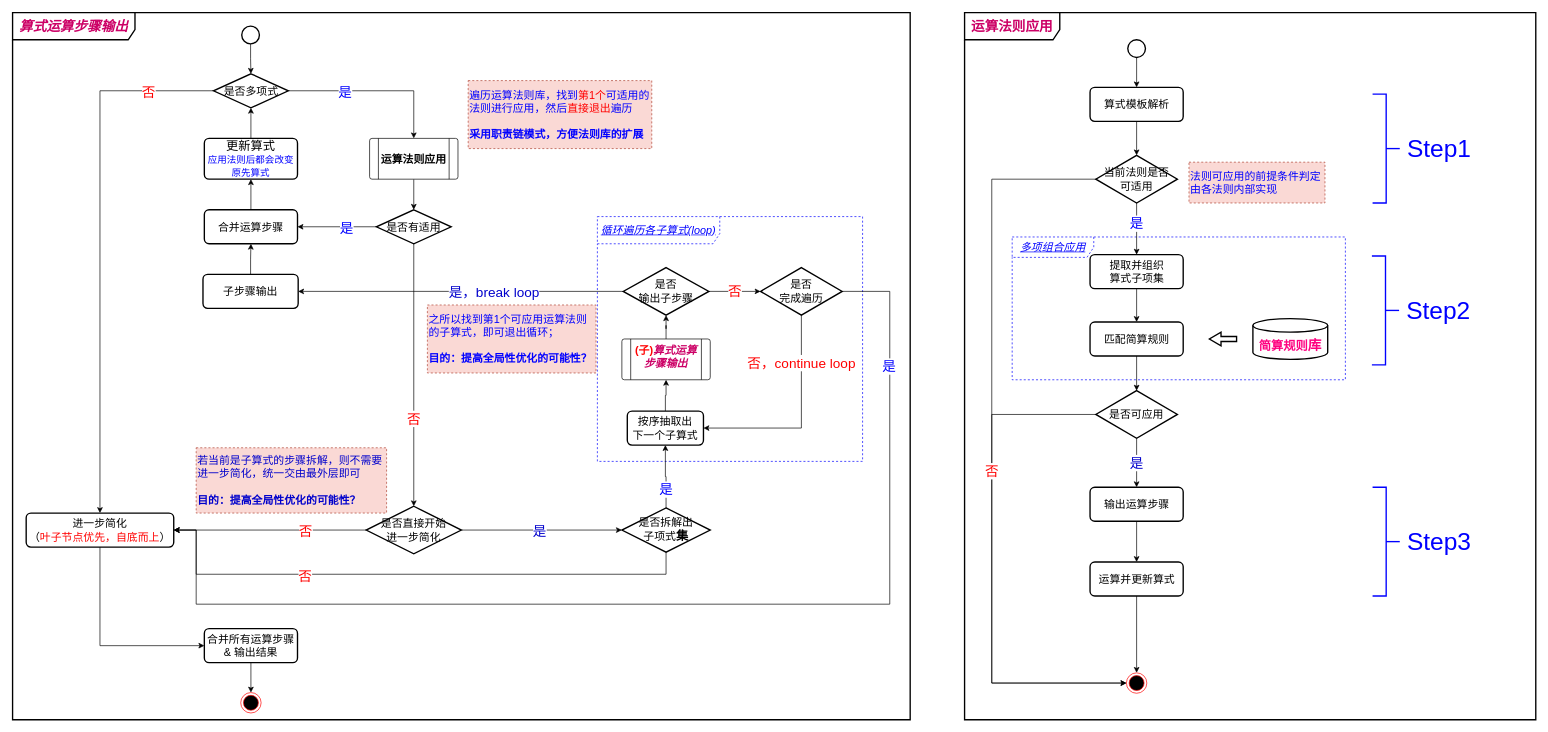
Above: page "四则混合运算步骤拆解 算法基本流程设计 的副本" (7 of 7) of 数学引擎.drawio in TinlerLin/MathEngine (draw.io), before the change. Source tidied: cells renumbered, new cells numbered last; positions are measured from the earlier drawing's top-left corner, leaving out a move shared by most shapes. Both pictures are drawn from the tidied source at 68%, with x=0, y=0 at pixel (12, 12).
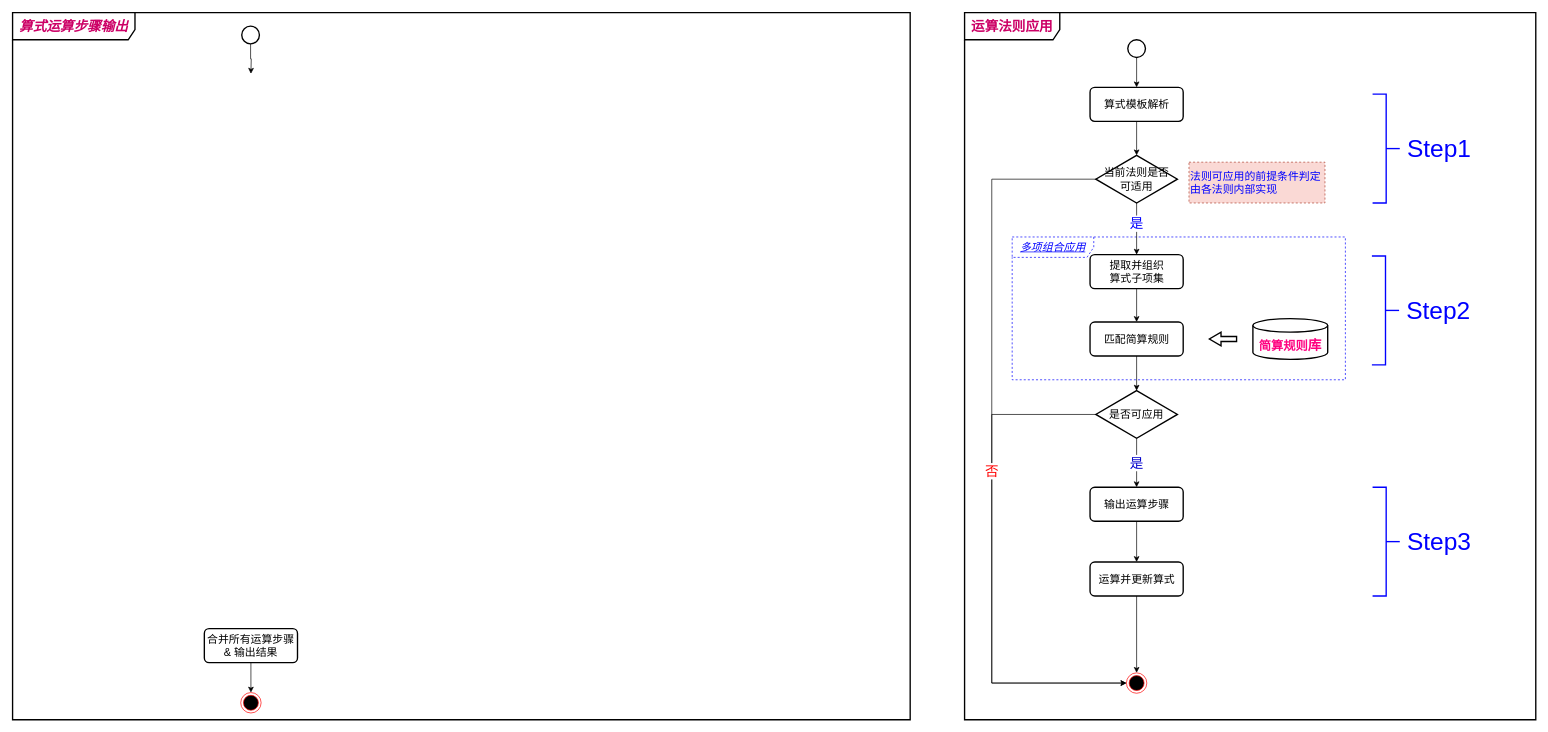
Above is the later version.

Unchanged cells that the change refers to:
```xml
<mxCell id="8" style="strokeWidth=2;html=1;shape=mxgraph.flowchart.start_2;whiteSpace=wrap;fontSize=16;" parent="1" vertex="1">
  <mxGeometry x="337" y="20" width="26" height="26" as="geometry" />
</mxCell>
<mxCell id="38" value="合并所有运算步骤&lt;br&gt;&amp;amp; 输出结果" style="rounded=1;whiteSpace=wrap;html=1;absoluteArcSize=1;arcSize=14;strokeWidth=2;fontSize=16;" parent="1" vertex="1">
  <mxGeometry x="282" y="906" width="137" height="50" as="geometry" />
</mxCell>
```

Change to the diagram source:
```diff
@@
-    <mxCell id="6" value="&lt;span style=&quot;text-align: left&quot;&gt;循环遍历各子算式(loop)&lt;/span&gt;" style="shape=umlFrame;whiteSpace=wrap;html=1;dashed=1;fontSize=16;fontColor=#0000FF;fillColor=none;width=180;height=40;fontStyle=6;strokeColor=#0000FF;" parent="1" vertex="1">
-      <mxGeometry x="860" y="300" width="390" height="360" as="geometry" />
-    </mxCell>
-    <mxCell id="7" style="edgeStyle=orthogonalEdgeStyle;rounded=0;jettySize=auto;html=1;entryX=0.5;entryY=0;entryDx=0;entryDy=0;entryPerimeter=0;fontSize=16;" parent="1" edge="1" source="8" target="14">
-      <mxGeometry relative="1" as="geometry" />
+    <mxCell id="7" style="edgeStyle=orthogonalEdgeStyle;rounded=0;jettySize=auto;html=1;entryX=0.5;entryY=0;entryDx=0;entryDy=0;entryPerimeter=0;fontSize=16;" parent="1" edge="1" source="8">
+      <mxGeometry relative="1" as="geometry">
+        <mxPoint x="350.5" y="90" as="targetPoint" />
+      </mxGeometry>
     </mxCell>
@@
-    <mxCell id="10" style="edgeStyle=orthogonalEdgeStyle;rounded=0;jettySize=auto;html=1;entryX=0.5;entryY=0;entryDx=0;entryDy=0;fontSize=20;" parent="1" edge="1" source="14" target="56">
-      <mxGeometry relative="1" as="geometry" />
-    </mxCell>
-    <mxCell id="11" value="是" style="edgeLabel;html=1;align=center;verticalAlign=middle;fontSize=20;fontColor=#0000FF;" parent="10" vertex="1">
-      <mxGeometry x="-0.21" y="-1" relative="1" as="geometry">
-        <mxPoint x="-18" y="-1" as="offset" />
-      </mxGeometry>
-    </mxCell>
-    <mxCell id="12" style="edgeStyle=orthogonalEdgeStyle;rounded=0;jettySize=auto;html=1;entryX=0.5;entryY=0;entryDx=0;entryDy=0;fontSize=16;" parent="1" edge="1" source="14" target="36">
-      <mxGeometry relative="1" as="geometry" />
-    </mxCell>
-    <mxCell id="13" value="否" style="edgeLabel;html=1;align=center;verticalAlign=middle;fontSize=20;fontColor=#FF0000;" parent="12" vertex="1">
-      <mxGeometry y="3" relative="1" as="geometry">
-        <mxPoint x="68" y="-227" as="offset" />
-      </mxGeometry>
-    </mxCell>
-    <mxCell id="14" value="是否多项式" style="strokeWidth=2;html=1;shape=mxgraph.flowchart.decision;whiteSpace=wrap;fontSize=16;" parent="1" vertex="1">
-      <mxGeometry x="295.5" y="90" width="110" height="50" as="geometry" />
-    </mxCell>
-    <mxCell id="15" style="edgeStyle=orthogonalEdgeStyle;rounded=0;jettySize=auto;html=1;fontSize=16;" parent="1" edge="1" source="56" target="20">
-      <mxGeometry relative="1" as="geometry" />
-    </mxCell>
-    <mxCell id="16" style="edgeStyle=orthogonalEdgeStyle;rounded=0;jettySize=auto;html=1;entryX=0.5;entryY=0;entryDx=0;entryDy=0;entryPerimeter=0;fontSize=16;" parent="1" edge="1" source="20" target="34">
-      <mxGeometry relative="1" as="geometry" />
-    </mxCell>
-    <mxCell id="17" value="否" style="edgeLabel;html=1;align=center;verticalAlign=middle;fontSize=20;fontColor=#FF0000;" parent="16" vertex="1">
-      <mxGeometry x="0.23" y="-1" relative="1" as="geometry">
-        <mxPoint y="19" as="offset" />
-      </mxGeometry>
-    </mxCell>
-    <mxCell id="18" style="edgeStyle=orthogonalEdgeStyle;rounded=0;jettySize=auto;html=1;fontSize=16;" parent="1" edge="1" source="20" target="29">
-      <mxGeometry relative="1" as="geometry" />
-    </mxCell>
-    <mxCell id="19" value="是" style="edgeLabel;html=1;align=center;verticalAlign=middle;fontSize=20;fontColor=#0000FF;" parent="18" vertex="1">
-      <mxGeometry x="-0.24" y="3" relative="1" as="geometry">
-        <mxPoint x="-1" y="-3" as="offset" />
-      </mxGeometry>
-    </mxCell>
-    <mxCell id="20" value="是否有适用" style="strokeWidth=2;html=1;shape=mxgraph.flowchart.decision;whiteSpace=wrap;fontSize=16;" parent="1" vertex="1">
-      <mxGeometry x="535" y="290" width="110" height="50" as="geometry" />
-    </mxCell>
-    <mxCell id="21" style="edgeStyle=orthogonalEdgeStyle;rounded=0;jettySize=auto;html=1;fontSize=16;entryX=1;entryY=0.5;entryDx=0;entryDy=0;exitX=0.5;exitY=1;exitDx=0;exitDy=0;exitPerimeter=0;" parent="1" edge="1" source="25" target="36">
-      <mxGeometry relative="1" as="geometry">
-        <Array as="points">
-          <mxPoint x="961" y="826" />
-          <mxPoint x="270" y="826" />
-          <mxPoint x="270" y="761" />
-        </Array>
-      </mxGeometry>
-    </mxCell>
-    <mxCell id="22" value="否" style="edgeLabel;html=1;align=center;verticalAlign=middle;fontSize=20;fontColor=#FF0000;" parent="21" vertex="1">
-      <mxGeometry x="-0.58" y="1" relative="1" as="geometry">
-        <mxPoint x="-391" as="offset" />
-      </mxGeometry>
-    </mxCell>
-    <mxCell id="23" style="edgeStyle=orthogonalEdgeStyle;rounded=0;jettySize=auto;html=1;entryX=0.5;entryY=1;entryDx=0;entryDy=0;fontSize=16;" parent="1" edge="1" source="25" target="54">
-      <mxGeometry relative="1" as="geometry" />
-    </mxCell>
-    <mxCell id="24" value="是" style="edgeLabel;html=1;align=center;verticalAlign=middle;fontSize=20;fontColor=#0000FF;" parent="23" vertex="1">
-      <mxGeometry x="0.7" y="-1" relative="1" as="geometry">
-        <mxPoint x="-1" y="50" as="offset" />
-      </mxGeometry>
-    </mxCell>
-    <mxCell id="25" value="是否拆解出&lt;br&gt;子项式&lt;font style=&quot;font-size: 18px&quot;&gt;&lt;b&gt;集&lt;/b&gt;&lt;/font&gt;" style="strokeWidth=2;html=1;shape=mxgraph.flowchart.decision;whiteSpace=wrap;fontSize=16;" parent="1" vertex="1">
-      <mxGeometry x="896" y="728.5" width="130" height="65" as="geometry" />
-    </mxCell>
-    <mxCell id="26" style="edgeStyle=orthogonalEdgeStyle;rounded=0;jettySize=auto;html=1;entryX=0.5;entryY=1;entryDx=0;entryDy=0;entryPerimeter=0;fontSize=16;fontColor=#0000CC;" parent="1" edge="1" source="27" target="44">
-      <mxGeometry relative="1" as="geometry" />
-    </mxCell>
-    <mxCell id="27" value="&lt;font color=&quot;#ff0000&quot;&gt;(子)&lt;/font&gt;&lt;font color=&quot;#cc0066&quot;&gt;&lt;i&gt;算式运算步骤输出&lt;/i&gt;&lt;/font&gt;" style="shape=process;whiteSpace=wrap;html=1;backgroundOutline=1;fontSize=16;verticalAlign=top;rounded=1;arcSize=6;fontStyle=1;" parent="1" vertex="1">
-      <mxGeometry x="896" y="480" width="130" height="60" as="geometry" />
-    </mxCell>
-    <mxCell id="28" style="edgeStyle=orthogonalEdgeStyle;rounded=0;jettySize=auto;html=1;fontSize=16;" parent="1" edge="1" source="29" target="40">
-      <mxGeometry relative="1" as="geometry" />
-    </mxCell>
-    <mxCell id="29" value="合并运算步骤" style="rounded=1;whiteSpace=wrap;html=1;absoluteArcSize=1;arcSize=14;strokeWidth=2;fontSize=16;" parent="1" vertex="1">
-      <mxGeometry x="282" y="290" width="137" height="50" as="geometry" />
-    </mxCell>
-    <mxCell id="30" style="edgeStyle=orthogonalEdgeStyle;rounded=0;jettySize=auto;html=1;fontSize=16;" parent="1" edge="1" source="34" target="36">
-      <mxGeometry relative="1" as="geometry" />
-    </mxCell>
-    <mxCell id="31" value="否" style="edgeLabel;html=1;align=center;verticalAlign=middle;fontSize=20;fontColor=#FF0000;" parent="30" vertex="1">
-      <mxGeometry x="-0.77" y="2" relative="1" as="geometry">
-        <mxPoint x="-57" y="-2" as="offset" />
-      </mxGeometry>
-    </mxCell>
-    <mxCell id="32" style="edgeStyle=orthogonalEdgeStyle;rounded=0;jettySize=auto;html=1;entryX=0;entryY=0.5;entryDx=0;entryDy=0;entryPerimeter=0;fontSize=16;" parent="1" edge="1" source="34" target="25">
-      <mxGeometry relative="1" as="geometry" />
-    </mxCell>
-    <mxCell id="33" value="是" style="edgeLabel;html=1;align=center;verticalAlign=middle;fontSize=20;fontColor=#0000CC;" parent="32" vertex="1">
-      <mxGeometry x="0.14" relative="1" as="geometry">
-        <mxPoint x="-21" as="offset" />
-      </mxGeometry>
-    </mxCell>
-    <mxCell id="34" value="是否直接开始&lt;br&gt;进一步简化" style="strokeWidth=2;html=1;shape=mxgraph.flowchart.decision;whiteSpace=wrap;fontSize=16;" parent="1" vertex="1">
-      <mxGeometry x="520" y="726" width="140" height="70" as="geometry" />
-    </mxCell>
-    <mxCell id="35" style="edgeStyle=orthogonalEdgeStyle;rounded=0;jettySize=auto;html=1;entryX=0;entryY=0.5;entryDx=0;entryDy=0;fontSize=16;exitX=0.5;exitY=1;exitDx=0;exitDy=0;" parent="1" edge="1" source="36" target="38">
-      <mxGeometry relative="1" as="geometry" />
-    </mxCell>
-    <mxCell id="36" value="进一步简化&lt;br&gt;（&lt;font color=&quot;#ff0000&quot;&gt;叶子节点优先，自底而上&lt;/font&gt;）" style="rounded=1;whiteSpace=wrap;html=1;absoluteArcSize=1;arcSize=14;strokeWidth=2;fontSize=16;" parent="1" vertex="1">
-      <mxGeometry x="20" y="736" width="217" height="50" as="geometry" />
-    </mxCell>
@@
-    <mxCell id="39" style="edgeStyle=orthogonalEdgeStyle;rounded=0;jettySize=auto;html=1;entryX=0.5;entryY=1;entryDx=0;entryDy=0;entryPerimeter=0;fontSize=16;" parent="1" edge="1" source="40" target="14">
-      <mxGeometry relative="1" as="geometry" />
-    </mxCell>
-    <mxCell id="40" value="&lt;font style=&quot;font-size: 18px&quot;&gt;更新算式&lt;/font&gt;&lt;br&gt;&lt;font style=&quot;font-size: 14px&quot; color=&quot;#0000ff&quot;&gt;应用法则后都会改变原先算式&lt;/font&gt;" style="rounded=1;whiteSpace=wrap;html=1;absoluteArcSize=1;arcSize=14;strokeWidth=2;fontSize=16;" parent="1" vertex="1">
-      <mxGeometry x="282" y="185" width="137" height="60" as="geometry" />
-    </mxCell>
-    <mxCell id="41" style="edgeStyle=orthogonalEdgeStyle;rounded=0;jettySize=auto;html=1;entryX=1;entryY=0.5;entryDx=0;entryDy=0;fontSize=16;fontColor=#0000CC;" parent="1" edge="1" source="44" target="46">
-      <mxGeometry relative="1" as="geometry" />
-    </mxCell>
-    <mxCell id="42" value="是，break loop" style="edgeLabel;html=1;align=center;verticalAlign=middle;fontSize=20;fontColor=#0000CC;" parent="41" vertex="1">
-      <mxGeometry x="-0.24" y="1" relative="1" as="geometry">
-        <mxPoint x="-9" y="-1" as="offset" />
-      </mxGeometry>
-    </mxCell>
-    <mxCell id="43" value="否" style="edgeStyle=orthogonalEdgeStyle;rounded=0;jettySize=auto;html=1;entryX=0;entryY=0.5;entryDx=0;entryDy=0;entryPerimeter=0;fontSize=20;fontColor=#FF0000;" parent="1" edge="1" source="44" target="50">
-      <mxGeometry relative="1" as="geometry" />
-    </mxCell>
-    <mxCell id="44" value="是否&lt;br&gt;输出子步骤" style="strokeWidth=2;html=1;shape=mxgraph.flowchart.decision;whiteSpace=wrap;fontSize=16;" parent="1" vertex="1">
-      <mxGeometry x="898" y="375" width="126" height="70" as="geometry" />
-    </mxCell>
-    <mxCell id="45" style="edgeStyle=orthogonalEdgeStyle;rounded=0;jettySize=auto;html=1;entryX=0.5;entryY=1;entryDx=0;entryDy=0;fontSize=16;fontColor=#0000CC;" parent="1" edge="1" source="46" target="29">
-      <mxGeometry relative="1" as="geometry" />
-    </mxCell>
-    <mxCell id="46" value="子步骤输出" style="rounded=1;whiteSpace=wrap;html=1;absoluteArcSize=1;arcSize=14;strokeWidth=2;fontSize=16;" parent="1" vertex="1">
-      <mxGeometry x="280" y="385" width="140" height="50" as="geometry" />
-    </mxCell>
-    <mxCell id="47" style="edgeStyle=orthogonalEdgeStyle;rounded=0;jettySize=auto;html=1;entryX=1;entryY=0.5;entryDx=0;entryDy=0;fontSize=16;fontColor=#FF0000;" parent="1" edge="1" source="50" target="36">
-      <mxGeometry relative="1" as="geometry">
-        <Array as="points">
-          <mxPoint x="1290" y="410" />
-          <mxPoint x="1290" y="870" />
-          <mxPoint x="270" y="870" />
-          <mxPoint x="270" y="761" />
-        </Array>
-      </mxGeometry>
-    </mxCell>
-    <mxCell id="48" value="是" style="edgeLabel;html=1;align=center;verticalAlign=middle;fontSize=20;fontColor=#0000FF;" parent="47" vertex="1">
-      <mxGeometry x="-0.73" y="-2" relative="1" as="geometry">
-        <mxPoint y="-49" as="offset" />
-      </mxGeometry>
-    </mxCell>
-    <mxCell id="49" value="&lt;font color=&quot;#ff0000&quot; style=&quot;font-size: 20px;&quot;&gt;否，continue loop&lt;/font&gt;" style="edgeStyle=orthogonalEdgeStyle;rounded=0;jettySize=auto;html=1;fontSize=20;fontColor=#0000FF;entryX=1;entryY=0.5;entryDx=0;entryDy=0;exitX=0.5;exitY=1;exitDx=0;exitDy=0;exitPerimeter=0;" parent="1" edge="1" source="50" target="54">
-      <mxGeometry x="-0.55" relative="1" as="geometry">
-        <Array as="points">
-          <mxPoint x="1160" y="611" />
-        </Array>
-      </mxGeometry>
-    </mxCell>
-    <mxCell id="50" value="是否&lt;br&gt;完成遍历" style="strokeWidth=2;html=1;shape=mxgraph.flowchart.decision;whiteSpace=wrap;fontSize=16;" parent="1" vertex="1">
-      <mxGeometry x="1100" y="375" width="120" height="70" as="geometry" />
-    </mxCell>
-    <mxCell id="51" value="遍历运算法则库，找到&lt;font color=&quot;#ff0000&quot;&gt;第1个&lt;/font&gt;可适用的法则进行应用，然后&lt;font color=&quot;#ff0000&quot;&gt;直接退出&lt;/font&gt;遍历&lt;br&gt;&lt;br&gt;&lt;b&gt;采用职责链模式，方便法则库的扩展&lt;/b&gt;" style="text;html=1;strokeColor=#ae4132;fillColor=#fad9d5;align=left;verticalAlign=middle;whiteSpace=wrap;rounded=0;dashed=1;fontSize=16;fontColor=#0000FF;" parent="1" vertex="1">
-      <mxGeometry x="670" y="100" width="270" height="100" as="geometry" />
-    </mxCell>
-    <mxCell id="52" value="&lt;font&gt;若当前是子算式的步骤拆解，则不需要进一步简化，统一交由最外层即可&lt;br&gt;&lt;br&gt;&lt;b&gt;目的：提高全局性优化的可能性？&lt;/b&gt;&lt;/font&gt;" style="text;html=1;strokeColor=#ae4132;fillColor=#fad9d5;align=left;verticalAlign=middle;whiteSpace=wrap;rounded=0;dashed=1;fontSize=16;fontColor=#0000CC;" parent="1" vertex="1">
-      <mxGeometry x="270" y="640" width="280" height="96" as="geometry" />
-    </mxCell>
-    <mxCell id="53" style="edgeStyle=orthogonalEdgeStyle;rounded=0;jettySize=auto;html=1;entryX=0.5;entryY=1;entryDx=0;entryDy=0;fontSize=16;fontColor=#CC0066;" parent="1" edge="1" source="54" target="27">
-      <mxGeometry relative="1" as="geometry" />
-    </mxCell>
-    <mxCell id="54" value="按序抽取出&lt;br&gt;下一个子算式" style="rounded=1;whiteSpace=wrap;html=1;absoluteArcSize=1;arcSize=14;strokeWidth=2;fontSize=16;" parent="1" vertex="1">
-      <mxGeometry x="904" y="586" width="112" height="50" as="geometry" />
-    </mxCell>
-    <mxCell id="55" value="&lt;font color=&quot;#0000ff&quot;&gt;之所以找到第1个可应用运算法则的子算式，即可退出循环；&lt;br&gt;&lt;br&gt;&lt;b&gt;目的：提高全局性优化的可能性？&lt;br&gt;&lt;/b&gt;&lt;/font&gt;" style="text;html=1;strokeColor=#ae4132;fillColor=#fad9d5;align=left;verticalAlign=middle;whiteSpace=wrap;rounded=0;dashed=1;fontSize=16;" parent="1" vertex="1">
-      <mxGeometry x="610" y="430" width="248" height="100" as="geometry" />
-    </mxCell>
-    <mxCell id="56" value="&lt;font&gt;运算法则应用&lt;/font&gt;" style="shape=process;whiteSpace=wrap;html=1;backgroundOutline=1;fontSize=16;verticalAlign=middle;rounded=1;arcSize=6;fontStyle=1;fontColor=#000000;" parent="1" vertex="1">
-      <mxGeometry x="525" y="185" width="130" height="60" as="geometry" />
-    </mxCell>
```
